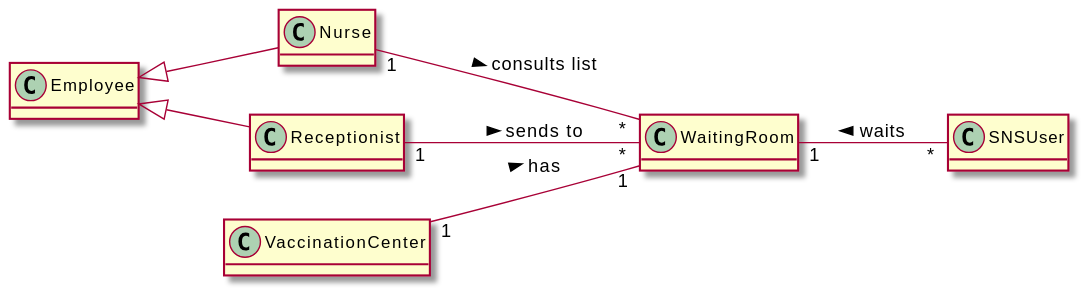
Above: docs/SprintC/US05/DM/US05_DM.svg in miseEnPlace-i/lapr2 (PlantUML), before the change. Source of this version:
```plantuml
@startuml
hide methods
left to right direction
skinparam classAttributeIconSize 0

class Employee {}

class Nurse {}

class Receptionist {}

class VaccinationCenter {}

class WaitingRoom {}

class SNSUser {}

Employee <|-- Nurse
Employee <|-- Receptionist

VaccinationCenter "1" -- "1" WaitingRoom : has >
WaitingRoom "1" -- "*" SNSUser : waits <

Nurse "1" -- "*" WaitingRoom : consults list >
Receptionist "1" -- "*" WaitingRoom : sends to >

@enduml
```
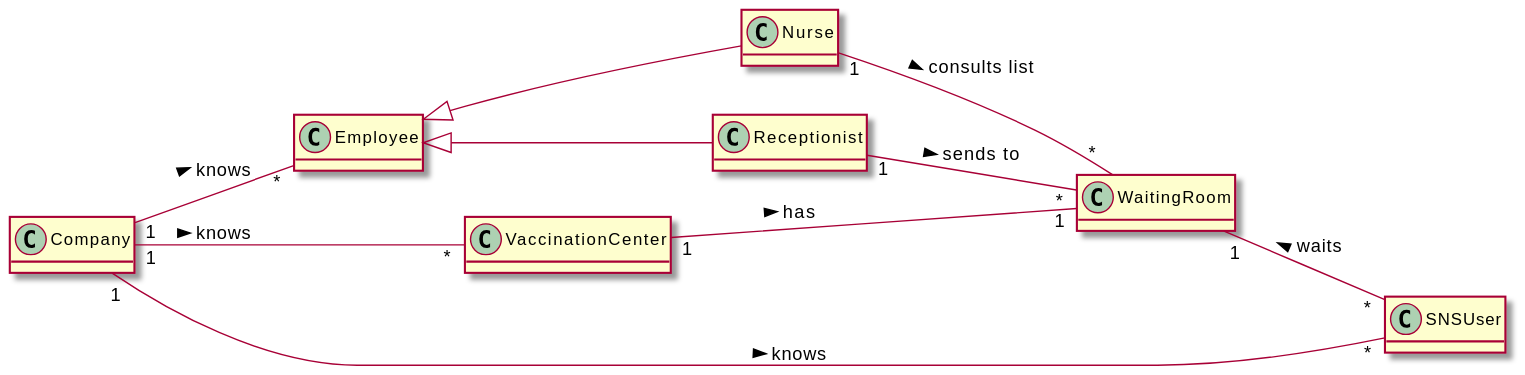
The same diagram one commit later.

The edit, as a diff of the source:
```diff
@@ -15,6 +15,8 @@
 
 class SNSUser {}
 
+class Company {}
+
 Employee <|-- Nurse
 Employee <|-- Receptionist
 
@@ -24,4 +26,8 @@
 Nurse "1" -- "*" WaitingRoom : consults list >
 Receptionist "1" -- "*" WaitingRoom : sends to >
 
+Company "1" -- "*" VaccinationCenter : knows >
+Company "1" -- "*" SNSUser : knows >
+Company "1" -- "*" Employee : knows >
+
 @enduml
```
